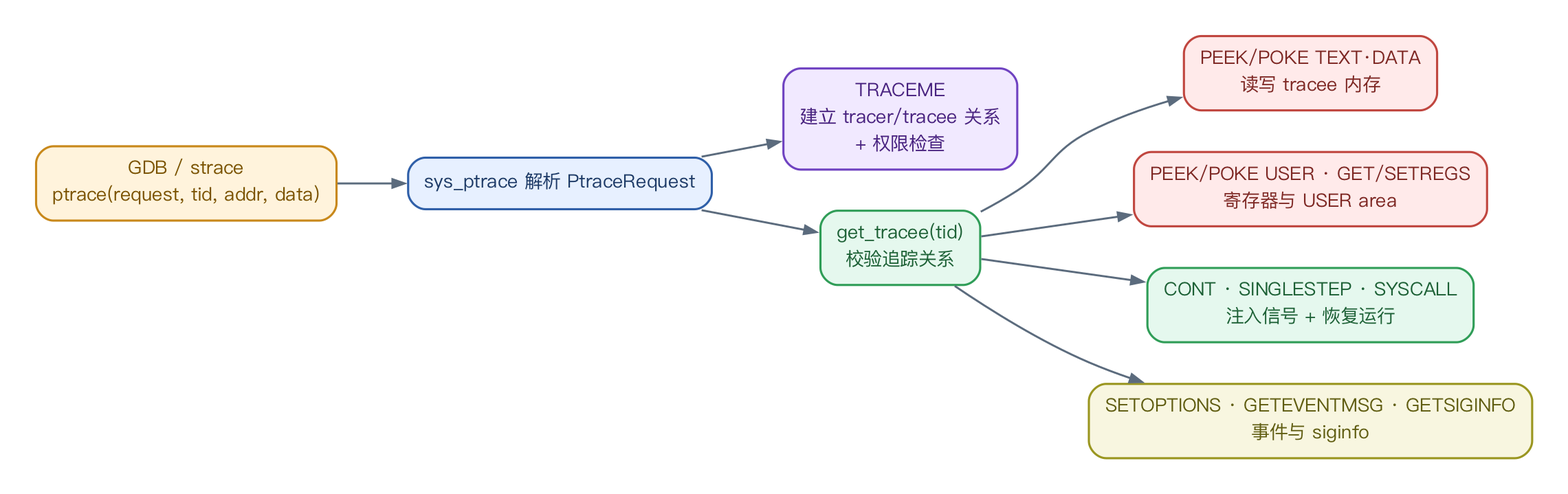
Before: research_practice/assets/02_ptrace_dispatch.png, a diagram exported from Graphviz (vvvvsv/asterinas). Its source is kept beside it as research_practice/assets/02_ptrace_dispatch.dot. The source it was exported from:
```dot
digraph G {

  graph [fontname="PingFang SC", bgcolor="white", pad="0.35", rankdir=LR, nodesep="0.4", ranksep="0.7"];
  node  [fontname="PingFang SC", shape=box, style="rounded,filled", penwidth=1.5, margin="0.16,0.10", fontsize=13];
  edge  [fontname="PingFang SC", color="#5b6b7d", penwidth=1.4, arrowsize=0.85, fontsize=11];
  g [label="GDB / strace\nptrace(request, tid, addr, data)", fillcolor="#FFF3DC", color="#C8881A", fontcolor="#7a5200"];
  p [label="sys_ptrace 解析 PtraceRequest", fillcolor="#E7F0FF", color="#2F5FA8", fontcolor="#1d3a66"];
  attach [label="TRACEME\n建立 tracer/tracee 关系\n+ 权限检查", fillcolor="#F1E9FF", color="#6F42C1", fontcolor="#48227f"];
  look [label="get_tracee(tid)\n校验追踪关系", fillcolor="#E5F8EE", color="#2F9D57", fontcolor="#1c6035"];
  mem [label="PEEK/POKE TEXT·DATA\n读写 tracee 内存", fillcolor="#FFEAEA", color="#C0463F", fontcolor="#7d2723"];
  ua [label="PEEK/POKE USER · GET/SETREGS\n寄存器与 USER area", fillcolor="#FFEAEA", color="#C0463F", fontcolor="#7d2723"];
  cont [label="CONT · SINGLESTEP · SYSCALL\n注入信号 + 恢复运行", fillcolor="#E5F8EE", color="#2F9D57", fontcolor="#1c6035"];
  opt [label="SETOPTIONS · GETEVENTMSG · GETSIGINFO\n事件与 siginfo", fillcolor="#F8F6E0", color="#9A9620", fontcolor="#5f5c10"];

  g -> p; p -> attach; p -> look;
  look -> mem; look -> ua; look -> cont; look -> opt;
}
```
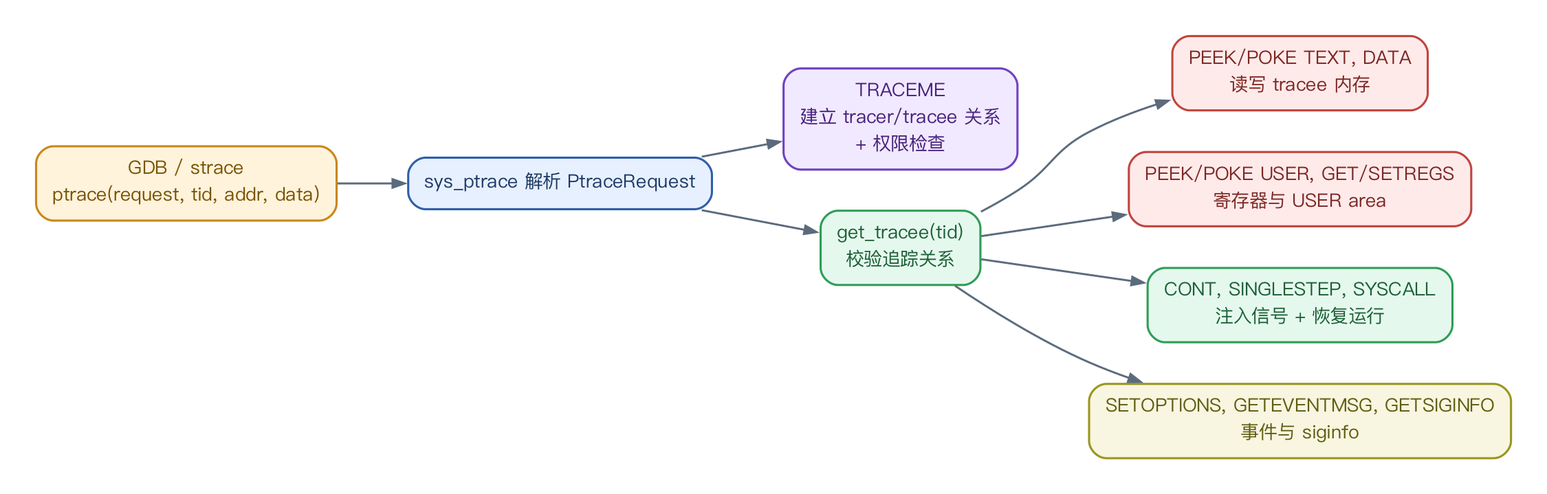
After the commit.

What changed in the source:
```diff
@@ -7,10 +7,10 @@
   p [label="sys_ptrace 解析 PtraceRequest", fillcolor="#E7F0FF", color="#2F5FA8", fontcolor="#1d3a66"];
   attach [label="TRACEME\n建立 tracer/tracee 关系\n+ 权限检查", fillcolor="#F1E9FF", color="#6F42C1", fontcolor="#48227f"];
   look [label="get_tracee(tid)\n校验追踪关系", fillcolor="#E5F8EE", color="#2F9D57", fontcolor="#1c6035"];
-  mem [label="PEEK/POKE TEXT·DATA\n读写 tracee 内存", fillcolor="#FFEAEA", color="#C0463F", fontcolor="#7d2723"];
-  ua [label="PEEK/POKE USER · GET/SETREGS\n寄存器与 USER area", fillcolor="#FFEAEA", color="#C0463F", fontcolor="#7d2723"];
-  cont [label="CONT · SINGLESTEP · SYSCALL\n注入信号 + 恢复运行", fillcolor="#E5F8EE", color="#2F9D57", fontcolor="#1c6035"];
-  opt [label="SETOPTIONS · GETEVENTMSG · GETSIGINFO\n事件与 siginfo", fillcolor="#F8F6E0", color="#9A9620", fontcolor="#5f5c10"];
+  mem [label="PEEK/POKE TEXT, DATA\n读写 tracee 内存", fillcolor="#FFEAEA", color="#C0463F", fontcolor="#7d2723"];
+  ua [label="PEEK/POKE USER, GET/SETREGS\n寄存器与 USER area", fillcolor="#FFEAEA", color="#C0463F", fontcolor="#7d2723"];
+  cont [label="CONT, SINGLESTEP, SYSCALL\n注入信号 + 恢复运行", fillcolor="#E5F8EE", color="#2F9D57", fontcolor="#1c6035"];
+  opt [label="SETOPTIONS, GETEVENTMSG, GETSIGINFO\n事件与 siginfo", fillcolor="#F8F6E0", color="#9A9620", fontcolor="#5f5c10"];
 
   g -> p; p -> attach; p -> look;
   look -> mem; look -> ua; look -> cont; look -> opt;
```
